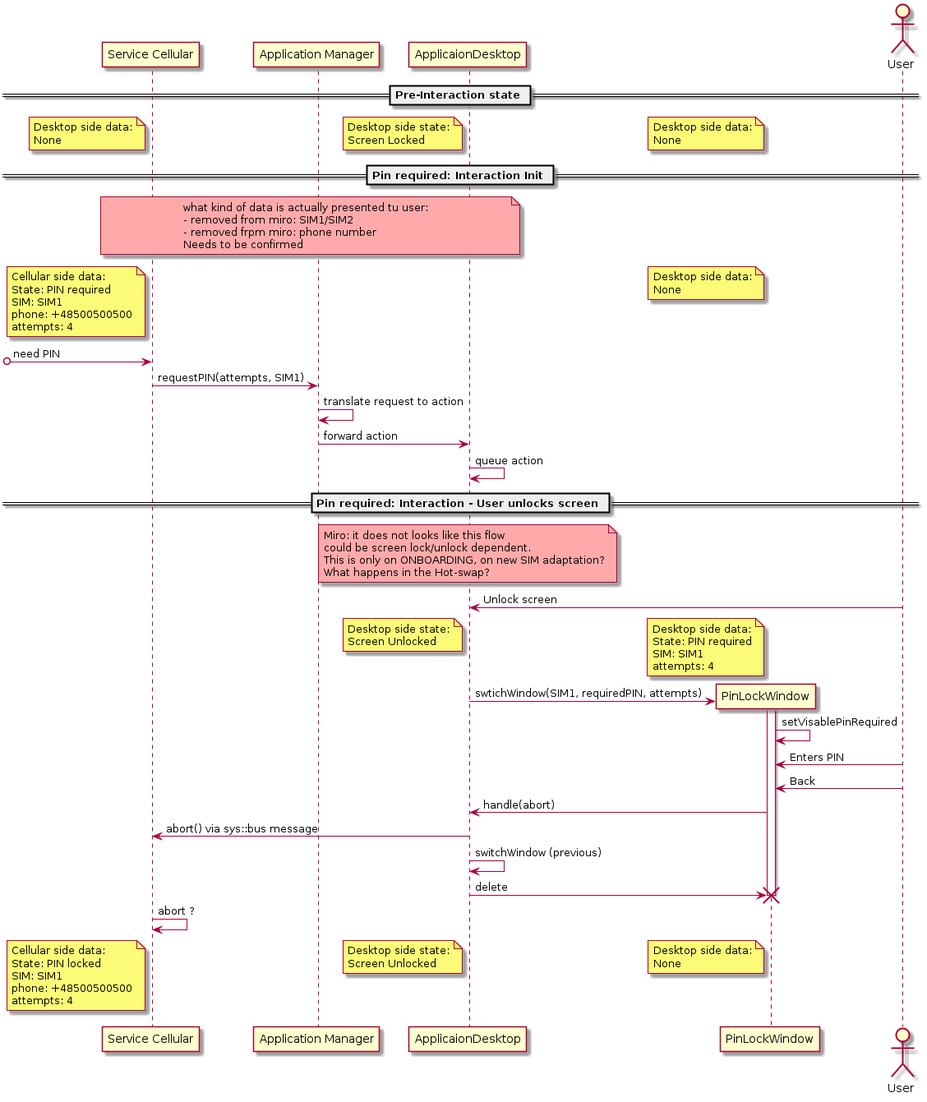
The PlantUML diagram module-apps/application-desktop/doc/appdesktop_pinflow_userabort.png in mudita/MuditaOS, before a commit.
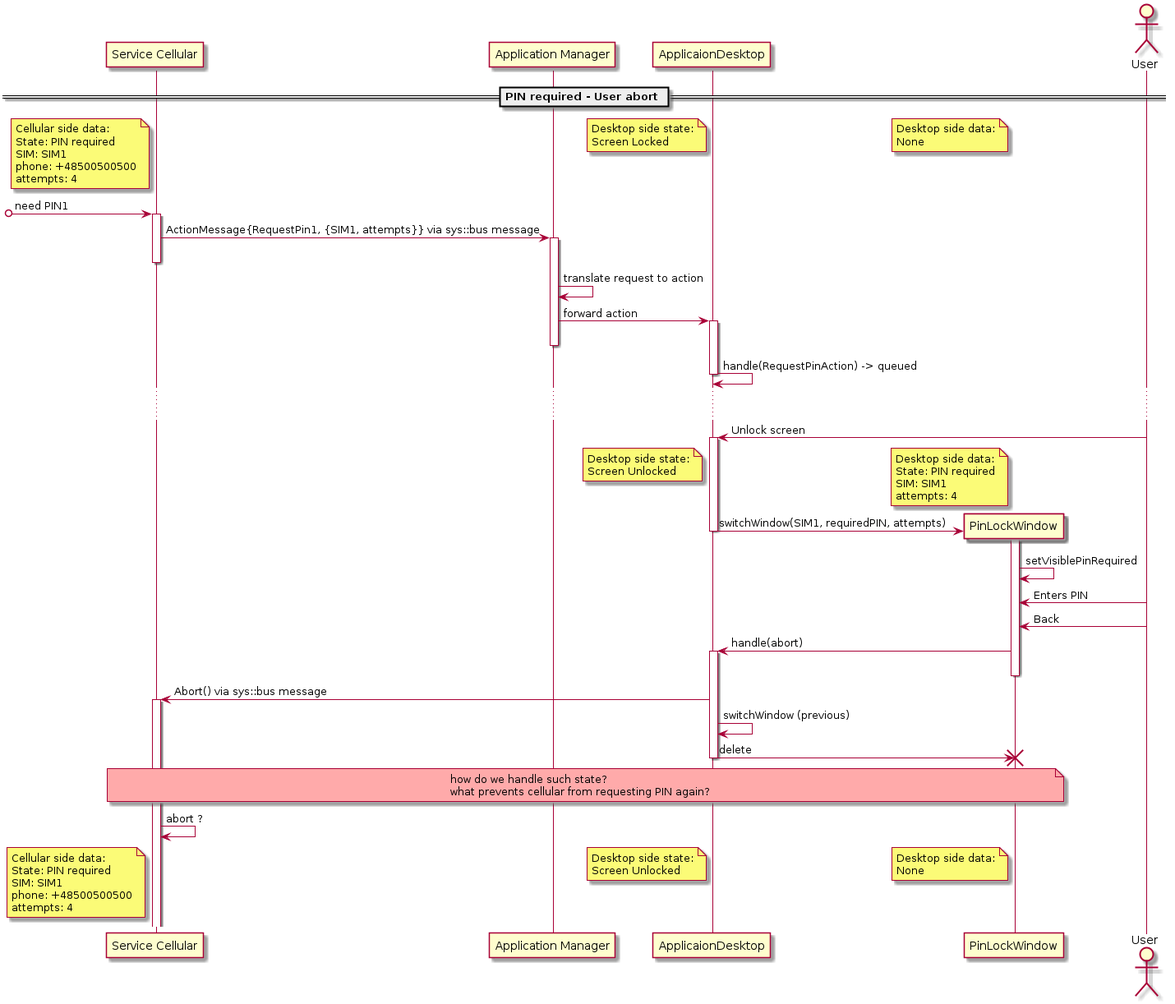
After the commit.

What changed in the source:
```diff
@@ -6,29 +6,7 @@
 participant "PinLockWindow" as pinwin
 actor User
 
-    == Pre-Interaction state ==
-!pragma teoz true
-note left of srvclr
-    Desktop side data:
-    None
-end note
-/ note left of pinwin
-    Desktop side data:
-    None
-end note
-/ note left of appdsktp
-    Desktop side state:
-    Screen Locked
-end note
-
-
-    == Pin required: Interaction Init ==
-note over srvclr, appdsktp #FFAAAA
-    what kind of data is actually presented tu user:
-    - removed from miro: SIM1/SIM2
-    - removed frpm miro: phone number
-    Needs to be confirmed
-end note
+    == PIN required - User abort ==
 
 note left of srvclr
     Cellular side data:
@@ -37,28 +15,31 @@
     phone: +48500500500
     attempts: 4
 end note
+/ note left of appdsktp
+    Desktop side state:
+    Screen Locked
+end note
 / note left of pinwin
     Desktop side data:
     None
 end note
 
-[o->srvclr : need PIN
-
-srvclr -> appmgr : requestPIN(attempts, SIM1)
+[o->srvclr : need PIN1
+activate srvclr
+srvclr -> appmgr : ActionMessage{RequestPin1, {SIM1, attempts}} via sys::bus message
+    activate appmgr
+deactivate srvclr
     appmgr -> appmgr : translate request to action
     appmgr -> appdsktp : forward action
-        appdsktp -> appdsktp : queue action
+        activate appdsktp
+    deactivate appmgr
+        appdsktp -> appdsktp : handle(RequestPinAction) -> queued
+        deactivate appdsktp
 
+        ... ...
+        appdsktp <- User : Unlock screen
+        activate appdsktp
 
-    == Pin required: Interaction - User unlocks screen ==
-note over appdsktp #FFAAAA
-    Miro: it does not looks like this flow
-    could be screen lock/unlock dependent.
-    This is only on ONBOARDING, on new SIM adaptation?
-    What happens in the Hot-swap?
-end note
-
-        appdsktp <- User : Unlock screen
 note left of pinwin
     Desktop side data:
     State: PIN required
@@ -69,19 +50,31 @@
     Desktop side state:
     Screen Unlocked
 end note
-        appdsktp -> pinwin ** : swtichWindow(SIM1, requiredPIN, attempts)
+
+        appdsktp -> pinwin ** : switchWindow(SIM1, requiredPIN, attempts)
             activate pinwin
-            pinwin -> pinwin : setVisablePinRequired
+        deactivate appdsktp
+            pinwin -> pinwin : setVisiblePinRequired
             pinwin <- User : Enters PIN
             pinwin <- User : Back
         appdsktp <- pinwin : handle(abort)
-srvclr <- appdsktp : abort() via sys::bus message
+        activate appdsktp
+            deactivate pinwin
+srvclr <- appdsktp : Abort() via sys::bus message
+activate srvclr
         appdsktp -> appdsktp : switchWindow (previous)
         appdsktp -> pinwin !! : delete
+        deactivate appdsktp
+note over srvclr, pinwin #FFAAAA
+    how do we handle such state?
+    what prevents cellular from requesting PIN again?
+end note
+
+
 srvclr -> srvclr : abort ?
 note left of srvclr
     Cellular side data:
-    State: PIN locked
+    State: PIN required
     SIM: SIM1
     phone: +48500500500
     attempts: 4
```
